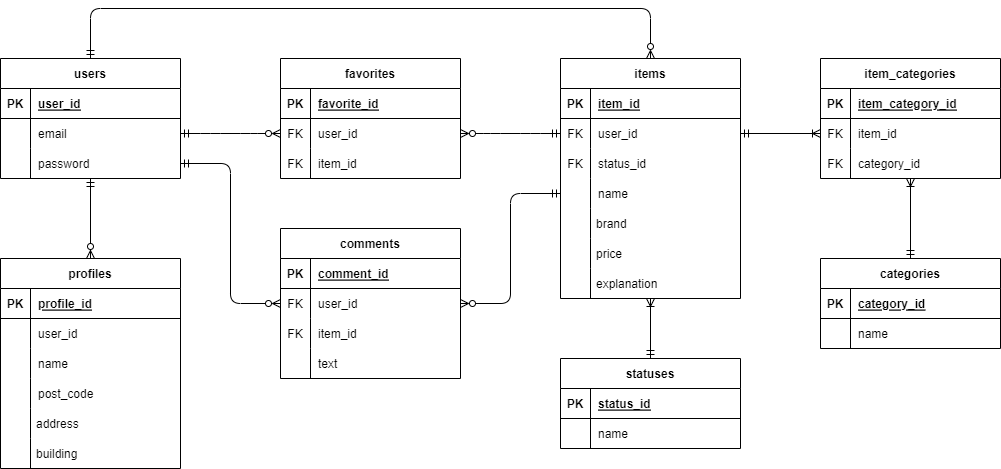
The draw.io diagram market/market.drawio.png in nakagawa1573/images, before a commit. Source tidied: cells renumbered, new cells last; positions are measured from the earlier drawing's top-left corner, leaving out a move shared by most shapes.
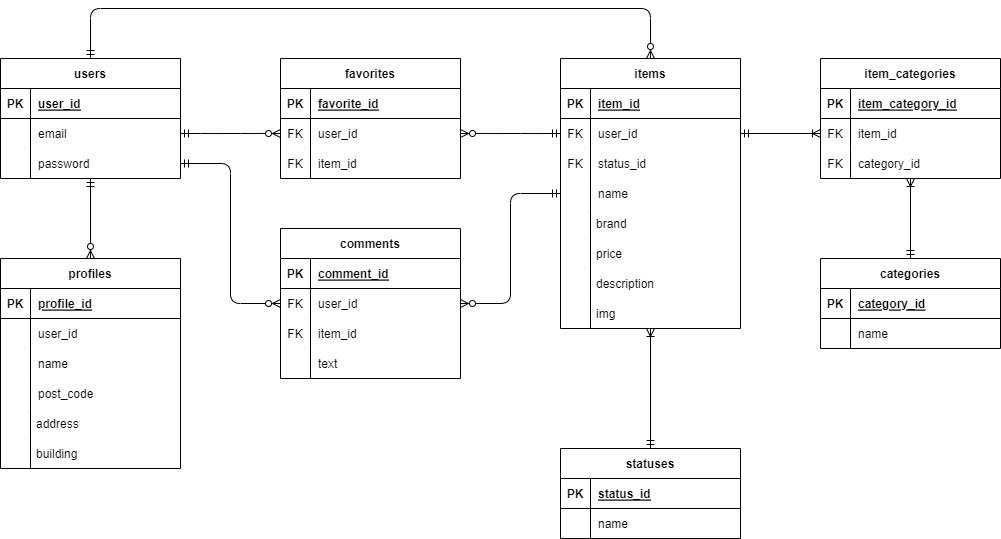
After the change.

Change to the diagram source:
```diff
@@ -39,10 +39,10 @@
       <mxGeometry x="30" width="150" height="30" as="geometry" />
     </mxCell>
     <mxCell id="14" style="group;" parent="1" vertex="1">
-      <mxGeometry x="560" y="50" width="180" height="240" as="geometry" />
+      <mxGeometry x="560" y="50" width="180" height="280" as="geometry" />
     </mxCell>
     <mxCell id="15" value="items" style="shape=table;startSize=30;rowLines=0;fontStyle=1;align=center;" parent="14" vertex="1">
-      <mxGeometry width="180" height="240" as="geometry" />
+      <mxGeometry width="180" height="270" as="geometry" />
     </mxCell>
     <mxCell id="16" style="shape=tableRow;horizontal=0;startSize=0;swimlaneHead=0;swimlaneBody=0;fillColor=none;top=0;left=0;right=0;bottom=1;" parent="15" vertex="1">
       <mxGeometry y="30" width="180" height="30" as="geometry" />
@@ -86,7 +86,7 @@
     <mxCell id="29" style="shape=partialRectangle;top=0;left=0;bottom=0;fillColor=none;stokeWidth=1;align=left;verticalAlign=middle;spacingLeft=4;spacingRight=4;overflow=hidden;" parent="28" vertex="1">
       <mxGeometry width="30" height="30" as="geometry" />
     </mxCell>
-    <mxCell id="30" value="explanation" style="shape=partialRectangle;fillColor=none;align=left;verticalAlign=middle;strokeColor=none;spacingLeft=34;points=[[0,0.5],[1,0.5]];portConstraint=eastwest;" parent="14" vertex="1">
+    <mxCell id="30" value="description" style="shape=partialRectangle;fillColor=none;align=left;verticalAlign=middle;strokeColor=none;spacingLeft=34;points=[[0,0.5],[1,0.5]];portConstraint=eastwest;" parent="14" vertex="1">
       <mxGeometry y="210" width="180" height="30" as="geometry" />
     </mxCell>
     <mxCell id="31" style="shape=partialRectangle;top=0;left=0;bottom=0;fillColor=none;stokeWidth=1;align=left;verticalAlign=middle;spacingLeft=4;spacingRight=4;overflow=hidden;" parent="30" vertex="1">
@@ -98,6 +98,12 @@
     <mxCell id="33" style="shape=partialRectangle;top=0;left=0;bottom=0;fillColor=none;stokeWidth=1;align=left;verticalAlign=middle;spacingLeft=4;spacingRight=4;overflow=hidden;" parent="32" vertex="1">
       <mxGeometry width="30" height="30" as="geometry" />
     </mxCell>
+    <mxCell id="108" value="img" style="shape=partialRectangle;fillColor=none;align=left;verticalAlign=middle;strokeColor=none;spacingLeft=34;points=[[0,0.5],[1,0.5]];portConstraint=eastwest;" parent="14" vertex="1">
+      <mxGeometry y="240" width="180" height="30" as="geometry" />
+    </mxCell>
+    <mxCell id="109" style="shape=partialRectangle;top=0;left=0;bottom=0;fillColor=none;stokeWidth=1;align=left;verticalAlign=middle;spacingLeft=4;spacingRight=4;overflow=hidden;" parent="108" vertex="1">
+      <mxGeometry width="30" height="30" as="geometry" />
+    </mxCell>
     <mxCell id="34" value="item_categories" style="shape=table;startSize=30;rowLines=0;fontStyle=1;align=center;" parent="1" vertex="1">
       <mxGeometry x="820" y="50" width="180" height="120" as="geometry" />
     </mxCell>
@@ -257,7 +263,7 @@
       <mxGeometry relative="1" as="geometry" />
     </mxCell>
     <mxCell id="81" value="statuses" style="shape=table;startSize=30;rowLines=0;fontStyle=1;align=center;" parent="1" vertex="1">
-      <mxGeometry x="560" y="350" width="180" height="90" as="geometry" />
+      <mxGeometry x="560" y="440" width="180" height="90" as="geometry" />
     </mxCell>
     <mxCell id="82" style="shape=tableRow;horizontal=0;startSize=0;swimlaneHead=0;swimlaneBody=0;fillColor=none;top=0;left=0;right=0;bottom=1;" parent="81" vertex="1">
       <mxGeometry y="30" width="180" height="30" as="geometry" />
@@ -277,7 +283,7 @@
     <mxCell id="87" value="name" style="shape=partialRectangle;fillColor=none;top=0;left=0;bottom=0;right=0;align=left;spacingLeft=6;overflow=hidden;" parent="85" vertex="1">
       <mxGeometry x="30" width="150" height="30" as="geometry" />
     </mxCell>
-    <mxCell id="88" style="fontSize=12;html=1;endArrow=ERoneToMany;endFill=0;exitX=0.5;exitY=0;exitDx=0;exitDy=0;startArrow=ERmandOne;startFill=0;" parent="1" edge="1" source="81" target="30">
+    <mxCell id="88" style="fontSize=12;html=1;endArrow=ERoneToMany;endFill=0;exitX=0.5;exitY=0;exitDx=0;exitDy=0;startArrow=ERmandOne;startFill=0;" parent="1" edge="1" source="81" target="108">
       <mxGeometry relative="1" as="geometry" />
     </mxCell>
     <mxCell id="89" style="group;" parent="1" vertex="1">
```
